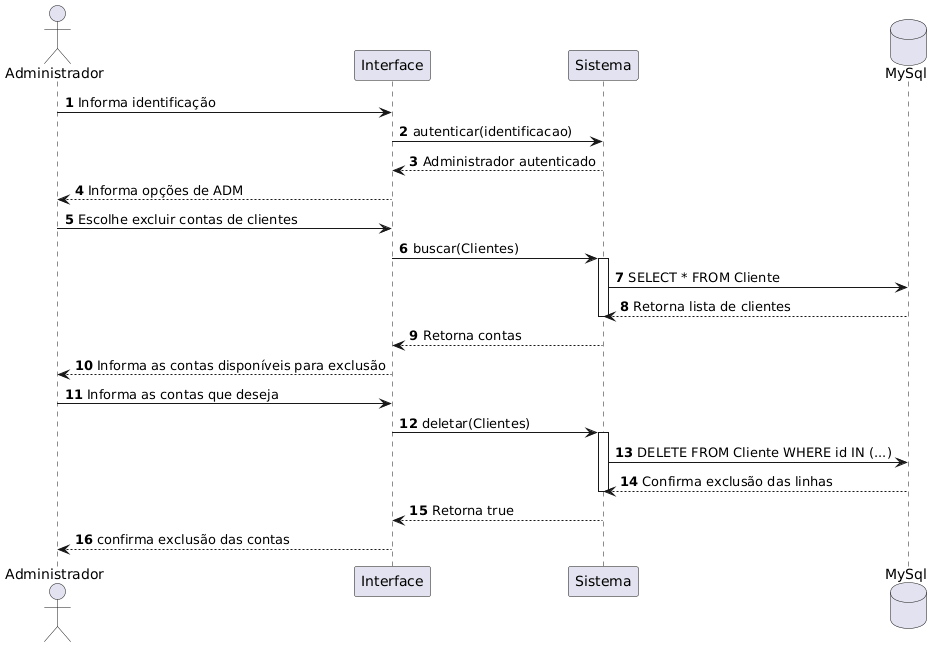
Gnunes27/Projeto-DSC keeps this PlantUML diagram as Documentação/Diagramas/Diagramas de Sequencia/UC8.png. Above is the earlier version. Its diagram source:
```plantuml
@startuml
autonumber

actor "Administrador" as Adm
participant "Interface" as Tela
participant "Sistema" as Sis
database "MySql" as BD


Adm -> Tela: Informa identificação
Tela -> Sis: autenticar(identificacao)
Sis --> Tela: Administrador autenticado
Tela --> Adm: Informa opções de ADM

Adm -> Tela: Escolhe excluir contas de clientes
Tela -> Sis: buscar(Clientes)
activate Sis
Sis -> BD: SELECT * FROM Cliente
BD --> Sis: Retorna lista de clientes
deactivate Sis
Sis --> Tela: Retorna contas
Tela --> Adm: Informa as contas disponíveis para exclusão


Adm -> Tela: Informa as contas que deseja
Tela -> Sis: deletar(Clientes)
activate Sis
Sis -> BD: DELETE FROM Cliente WHERE id IN (...)
BD --> Sis: Confirma exclusão das linhas
deactivate Sis

Sis --> Tela: Retorna true
Tela --> Adm: confirma exclusão das contas
@enduml
```
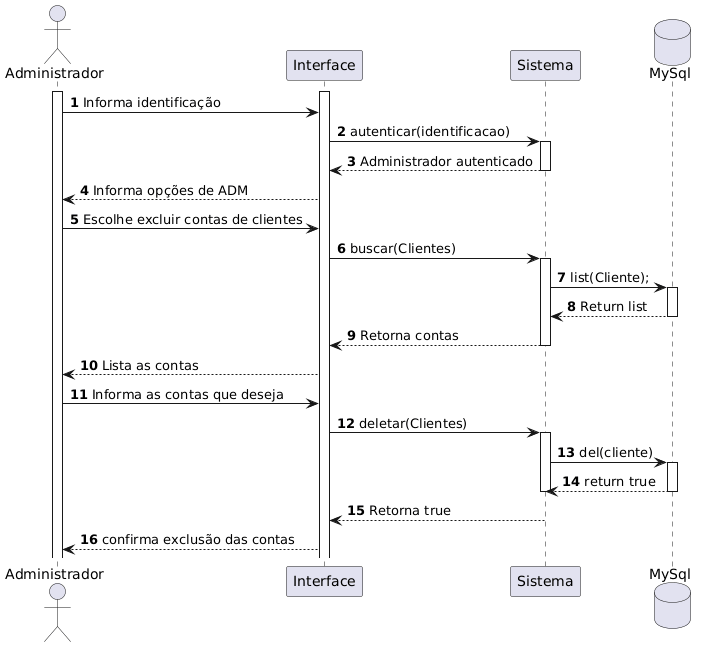
The same diagram one commit later.

Change to the diagram source:
```diff
@@ -6,27 +6,34 @@
 participant "Sistema" as Sis
 database "MySql" as BD
 
+activate Adm
+activate Tela
 
 Adm -> Tela: Informa identificação
 Tela -> Sis: autenticar(identificacao)
+activate Sis
 Sis --> Tela: Administrador autenticado
+deactivate Sis
 Tela --> Adm: Informa opções de ADM
 
 Adm -> Tela: Escolhe excluir contas de clientes
 Tela -> Sis: buscar(Clientes)
 activate Sis
-Sis -> BD: SELECT * FROM Cliente
-BD --> Sis: Retorna lista de clientes
+Sis -> BD:list(Cliente);
+activate BD
+BD --> Sis: Return list
+deactivate BD
+Sis --> Tela: Retorna contas
 deactivate Sis
-Sis --> Tela: Retorna contas
-Tela --> Adm: Informa as contas disponíveis para exclusão
-
+Tela --> Adm: Lista as contas
 
 Adm -> Tela: Informa as contas que deseja
 Tela -> Sis: deletar(Clientes)
 activate Sis
-Sis -> BD: DELETE FROM Cliente WHERE id IN (...)
-BD --> Sis: Confirma exclusão das linhas
+Sis -> BD: del(cliente)
+activate BD
+BD --> Sis: return true
+deactivate BD
 deactivate Sis
 
 Sis --> Tela: Retorna true
```
